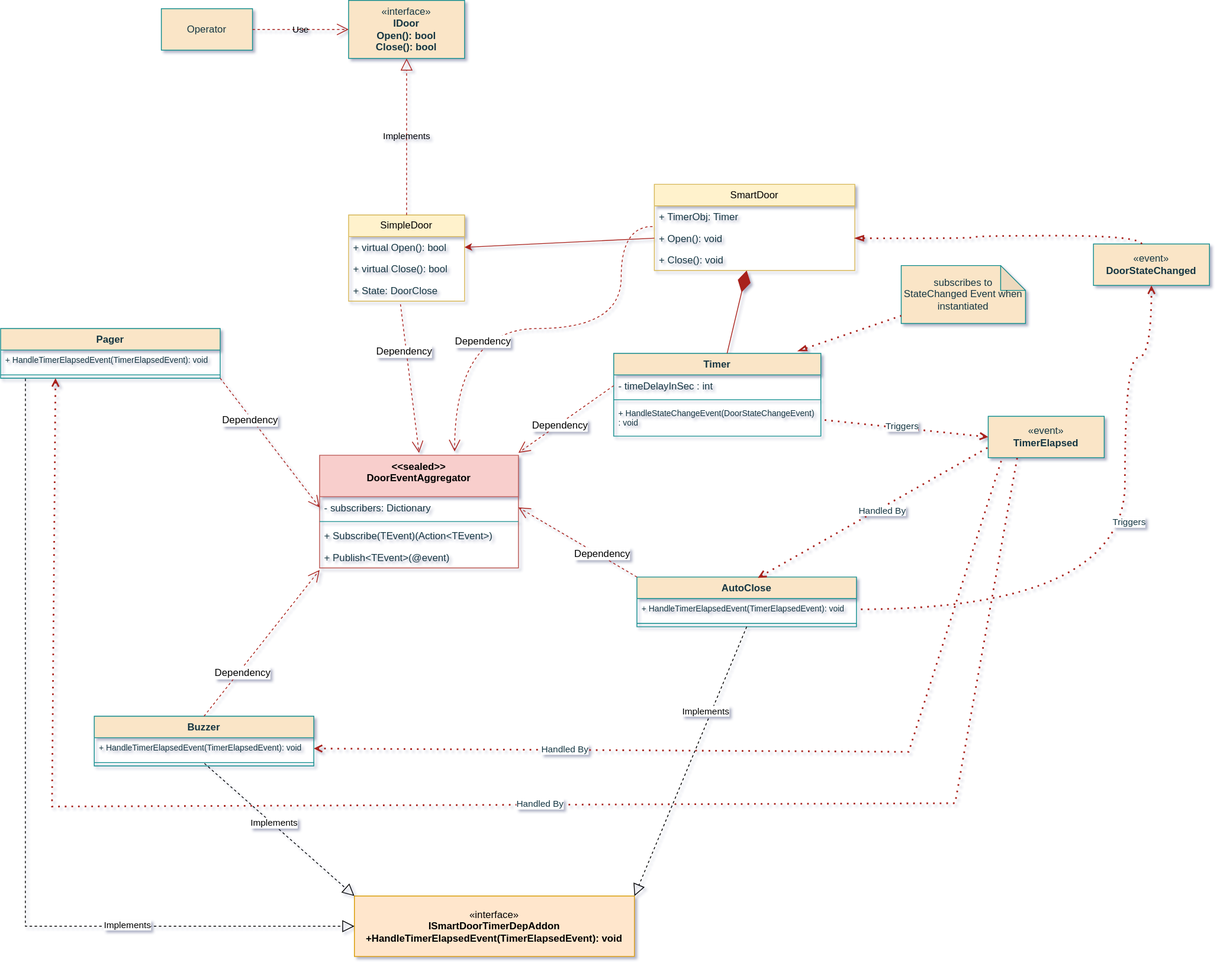
Earlier version of the draw.io export DoorModelEventAggregator.drawio.svg (sameert89/DoorEventAggregatorPattern). Source tidied: cells renumbered, new cells last; positions are measured from the earlier drawing's top-left corner, leaving out a move shared by most shapes.
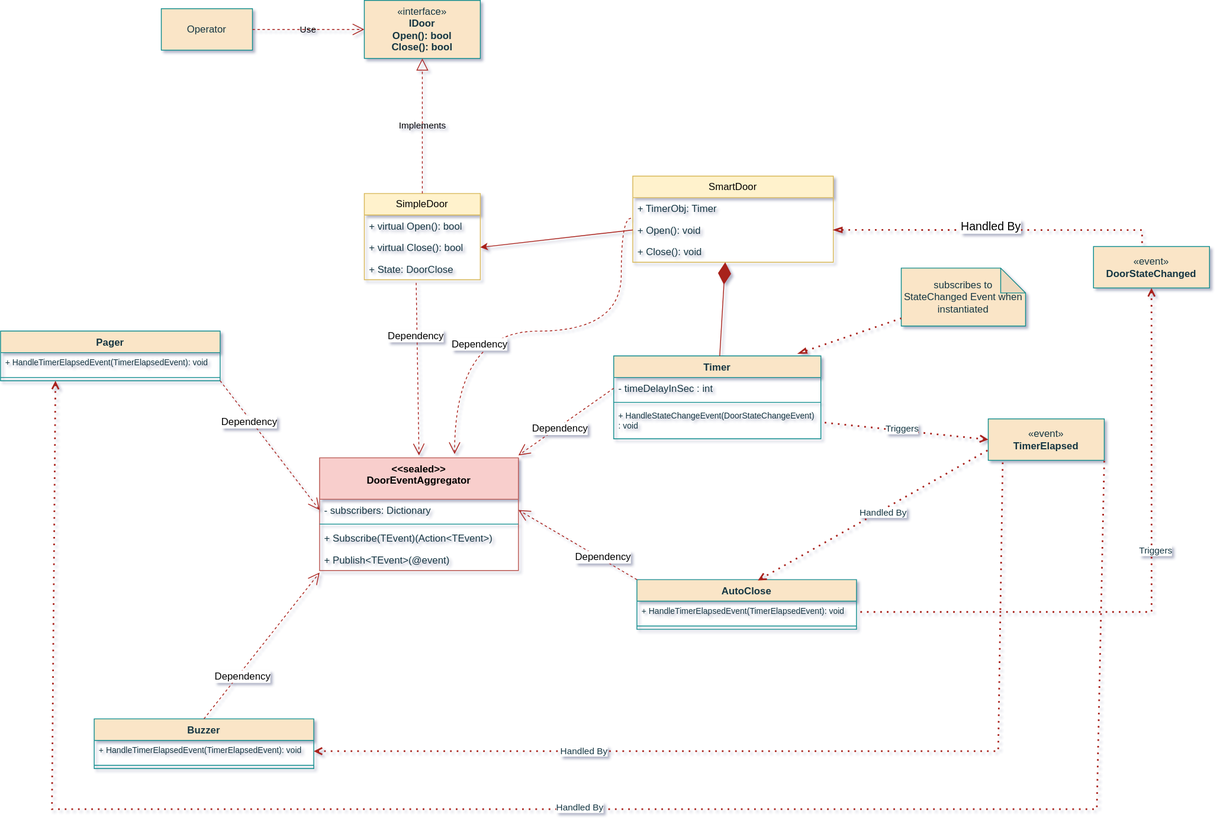
Later version of the same file.

The edit, as a diff of the source:
```diff
@@ -9,7 +9,7 @@
       <mxGeometry x="1192" y="502" width="140" height="50" as="geometry" />
     </mxCell>
     <mxCell id="4" value="SimpleDoor" style="swimlane;fontStyle=0;horizontal=1;startSize=26;fillColor=#fff2cc;whiteSpace=wrap;html=1;labelBackgroundColor=none;strokeColor=#d6b656;" parent="1" vertex="1">
-      <mxGeometry x="420" y="259" width="140" height="104" as="geometry" />
+      <mxGeometry x="439" y="230" width="140" height="104" as="geometry" />
     </mxCell>
     <mxCell id="5" value="+ virtual Open(): bool" style="text;strokeColor=none;fillColor=none;align=left;verticalAlign=top;spacingLeft=4;spacingRight=4;overflow=hidden;points=[[0,0.5],[1,0.5]];portConstraint=eastwest;whiteSpace=wrap;html=1;labelBackgroundColor=none;fontColor=#143642;" parent="4" vertex="1">
       <mxGeometry y="26" width="140" height="26" as="geometry" />
@@ -21,7 +21,7 @@
       <mxGeometry y="78" width="140" height="26" as="geometry" />
     </mxCell>
     <mxCell id="8" value="SmartDoor" style="swimlane;fontStyle=0;horizontal=1;startSize=26;fillColor=#fff2cc;whiteSpace=wrap;html=1;labelBackgroundColor=none;strokeColor=#d6b656;" parent="1" vertex="1">
-      <mxGeometry x="789" y="222" width="242" height="104" as="geometry" />
+      <mxGeometry x="763" y="209" width="242" height="104" as="geometry" />
     </mxCell>
     <mxCell id="9" value="+ TimerObj: Timer" style="text;strokeColor=none;fillColor=none;align=left;verticalAlign=top;spacingLeft=4;spacingRight=4;overflow=hidden;points=[[0,0.5],[1,0.5]];portConstraint=eastwest;whiteSpace=wrap;html=1;labelBackgroundColor=none;fontColor=#143642;" parent="8" vertex="1">
       <mxGeometry y="26" width="242" height="26" as="geometry" />
@@ -97,18 +97,18 @@
       <mxGeometry relative="1" as="geometry" />
     </mxCell>
     <mxCell id="30" value="«interface»&lt;br&gt;&lt;b&gt;IDoor&lt;br&gt;Open(): bool&lt;br&gt;Close(): bool&lt;br&gt;&lt;/b&gt;" style="html=1;whiteSpace=wrap;labelBackgroundColor=none;fillColor=#FAE5C7;strokeColor=#0F8B8D;fontColor=#143642;" parent="1" vertex="1">
-      <mxGeometry x="420" width="140" height="70" as="geometry" />
+      <mxGeometry x="439" y="-3" width="140" height="70" as="geometry" />
     </mxCell>
     <mxCell id="31" value="Implements" style="endArrow=block;dashed=1;endFill=0;endSize=12;html=1;rounded=0;entryX=0.5;entryY=1;entryDx=0;entryDy=0;exitX=0.5;exitY=0;exitDx=0;exitDy=0;labelBackgroundColor=none;strokeColor=#A8201A;fontColor=default;" parent="1" edge="1" source="4" target="30">
       <mxGeometry relative="1" as="geometry" />
     </mxCell>
     <mxCell id="32" value="Operator" style="html=1;whiteSpace=wrap;labelBackgroundColor=none;fillColor=#FAE5C7;strokeColor=#0F8B8D;fontColor=#143642;" parent="1" vertex="1">
-      <mxGeometry x="194" y="10" width="110" height="50" as="geometry" />
+      <mxGeometry x="194" y="7" width="110" height="50" as="geometry" />
     </mxCell>
     <mxCell id="33" value="Use" style="endArrow=open;endSize=12;dashed=1;html=1;rounded=0;entryX=0;entryY=0.5;entryDx=0;entryDy=0;exitX=1;exitY=0.5;exitDx=0;exitDy=0;labelBackgroundColor=none;strokeColor=#A8201A;fontColor=default;" parent="1" edge="1" source="32" target="30">
       <mxGeometry relative="1" as="geometry" />
     </mxCell>
-    <mxCell id="34" style="rounded=0;jettySize=auto;html=1;entryX=1;entryY=0.5;entryDx=0;entryDy=0;labelBackgroundColor=none;strokeColor=#A8201A;fontColor=default;exitX=0;exitY=0.5;exitDx=0;exitDy=0;" parent="1" edge="1" source="10" target="5">
+    <mxCell id="34" style="rounded=0;jettySize=auto;html=1;entryX=1;entryY=0.5;entryDx=0;entryDy=0;labelBackgroundColor=none;strokeColor=#A8201A;fontColor=default;exitX=0;exitY=0.5;exitDx=0;exitDy=0;" parent="1" edge="1" source="10" target="6">
       <mxGeometry relative="1" as="geometry" />
     </mxCell>
     <mxCell id="35" style="endArrow=none;dashed=1;html=1;dashPattern=1 3;strokeWidth=2;rounded=0;entryX=1;entryY=0.5;entryDx=0;entryDy=0;startArrow=open;startFill=0;exitX=0;exitY=0.5;exitDx=0;exitDy=0;labelBackgroundColor=none;strokeColor=#A8201A;fontColor=default;" parent="1" edge="1" source="3" target="15">
@@ -144,14 +144,8 @@
     <mxCell id="45" style="line;strokeWidth=1;fillColor=none;align=left;verticalAlign=middle;spacingTop=-1;spacingLeft=3;spacingRight=3;labelPosition=right;strokeColor=#0F8B8D;labelBackgroundColor=none;fontColor=#143642;" parent="43" vertex="1">
       <mxGeometry y="52" width="265" height="8" as="geometry" />
     </mxCell>
-    <mxCell id="46" style="endArrow=none;dashed=1;html=1;dashPattern=1 3;strokeWidth=2;rounded=0;entryX=1;entryY=0.5;entryDx=0;entryDy=0;startArrow=open;startFill=0;exitX=0.5;exitY=1;exitDx=0;exitDy=0;edgeStyle=orthogonalEdgeStyle;curved=1;labelBackgroundColor=none;strokeColor=#A8201A;fontColor=default;" parent="1" edge="1" source="2" target="44">
-      <mxGeometry relative="1" as="geometry">
-        <Array as="points">
-          <mxPoint x="1389" y="431" />
-          <mxPoint x="1357" y="431" />
-          <mxPoint x="1357" y="735" />
-        </Array>
-      </mxGeometry>
+    <mxCell id="46" style="endArrow=none;dashed=1;html=1;dashPattern=1 3;strokeWidth=2;rounded=0;entryX=1;entryY=0.5;entryDx=0;entryDy=0;startArrow=open;startFill=0;exitX=0.5;exitY=1;exitDx=0;exitDy=0;edgeStyle=orthogonalEdgeStyle;labelBackgroundColor=none;strokeColor=#A8201A;fontColor=default;" parent="1" edge="1" source="2" target="44">
+      <mxGeometry relative="1" as="geometry" />
     </mxCell>
     <mxCell id="47" value="Triggers" style="edgeLabel;html=1;align=center;verticalAlign=middle;labelBackgroundColor=default;fontColor=#143642;" parent="46" vertex="1">
       <mxGeometry x="-0.2" y="-24" relative="1" as="geometry">
@@ -161,7 +155,7 @@
     <mxCell id="48" style="endArrow=none;dashed=1;html=1;dashPattern=1 3;strokeWidth=2;rounded=0;entryX=0.125;entryY=0.964;entryDx=0;entryDy=0;startArrow=open;startFill=0;exitX=1;exitY=0.5;exitDx=0;exitDy=0;labelBackgroundColor=none;strokeColor=#A8201A;fontColor=default;entryPerimeter=0;" parent="1" edge="1" source="38" target="3">
       <mxGeometry relative="1" as="geometry">
         <Array as="points">
-          <mxPoint x="1096" y="907" />
+          <mxPoint x="1204" y="903" />
         </Array>
       </mxGeometry>
     </mxCell>
@@ -174,11 +168,11 @@
     <mxCell id="51" value="Handled By" style="edgeLabel;html=1;align=center;verticalAlign=middle;labelBackgroundColor=default;fontColor=#143642;" parent="50" vertex="1">
       <mxGeometry x="0.07" y="-2" relative="1" as="geometry" />
     </mxCell>
-    <mxCell id="52" style="endArrow=none;dashed=1;html=1;dashPattern=1 3;strokeWidth=2;rounded=0;startArrow=open;startFill=0;exitX=0.25;exitY=1;exitDx=0;exitDy=0;entryX=0.25;entryY=1;entryDx=0;entryDy=0;labelBackgroundColor=none;strokeColor=#A8201A;fontColor=default;" parent="1" edge="1" source="40" target="3">
+    <mxCell id="52" style="endArrow=none;dashed=1;html=1;dashPattern=1 3;strokeWidth=2;rounded=0;startArrow=open;startFill=0;exitX=0.25;exitY=1;exitDx=0;exitDy=0;entryX=1;entryY=1;entryDx=0;entryDy=0;labelBackgroundColor=none;strokeColor=#A8201A;fontColor=default;" parent="1" edge="1" source="40" target="3">
       <mxGeometry relative="1" as="geometry">
         <Array as="points">
           <mxPoint x="62" y="973" />
-          <mxPoint x="1152" y="969" />
+          <mxPoint x="1323" y="973" />
         </Array>
       </mxGeometry>
     </mxCell>
@@ -187,38 +181,12 @@
         <mxPoint x="544" y="-2" as="offset" />
       </mxGeometry>
     </mxCell>
-    <mxCell id="54" style="endArrow=none;dashed=1;html=1;dashPattern=1 3;strokeWidth=2;rounded=0;exitX=1;exitY=0.5;exitDx=0;exitDy=0;startArrow=blockThin;startFill=0;labelBackgroundColor=none;strokeColor=#A8201A;fontColor=default;entryX=0.419;entryY=0.021;entryDx=0;entryDy=0;entryPerimeter=0;edgeStyle=orthogonalEdgeStyle;curved=1;" parent="1" edge="1" target="2">
-      <mxGeometry relative="1" as="geometry">
-        <mxPoint x="1031" y="287" as="sourcePoint" />
-      </mxGeometry>
+    <mxCell id="54" style="endArrow=none;dashed=1;html=1;dashPattern=1 3;strokeWidth=2;rounded=0;exitX=1;exitY=0.5;exitDx=0;exitDy=0;startArrow=blockThin;startFill=0;labelBackgroundColor=none;strokeColor=#A8201A;fontColor=default;entryX=0.419;entryY=0.021;entryDx=0;entryDy=0;entryPerimeter=0;edgeStyle=orthogonalEdgeStyle;" parent="1" edge="1" source="10" target="2">
+      <mxGeometry relative="1" as="geometry" />
     </mxCell>
-    <mxCell id="55" value="«interface»&lt;br&gt;&lt;b&gt;ISmartDoorTimerDepAddon&lt;br&gt;+HandleTimerElapsedEvent(TimerElapsedEvent): void&lt;br&gt;&lt;/b&gt;" style="html=1;whiteSpace=wrap;fillColor=#ffe6cc;strokeColor=#d79b00;" parent="1" vertex="1">
-      <mxGeometry x="427" y="1081" width="338" height="73" as="geometry" />
-    </mxCell>
-    <mxCell id="56" style="endArrow=block;dashed=1;endFill=0;endSize=12;html=1;rounded=0;exitX=0.113;exitY=1.075;exitDx=0;exitDy=0;exitPerimeter=0;entryX=0;entryY=0.5;entryDx=0;entryDy=0;edgeStyle=orthogonalEdgeStyle;" parent="1" edge="1" source="42" target="55">
-      <mxGeometry relative="1" as="geometry" />
-    </mxCell>
-    <mxCell id="57" value="Implements" style="edgeLabel;html=1;align=center;verticalAlign=middle;" parent="56" vertex="1">
-      <mxGeometry x="0.48" y="2" relative="1" as="geometry">
-        <mxPoint x="1" as="offset" />
-      </mxGeometry>
-    </mxCell>
-    <mxCell id="58" style="endArrow=block;dashed=1;endFill=0;endSize=12;html=1;rounded=0;exitX=0.502;exitY=0.625;exitDx=0;exitDy=0;exitPerimeter=0;entryX=0;entryY=0;entryDx=0;entryDy=0;" parent="1" edge="1" source="39" target="55">
-      <mxGeometry relative="1" as="geometry" />
-    </mxCell>
-    <mxCell id="59" value="Implements" style="edgeLabel;html=1;align=center;verticalAlign=middle;" parent="58" vertex="1">
-      <mxGeometry x="-0.09" y="1" relative="1" as="geometry">
-        <mxPoint y="-1" as="offset" />
-      </mxGeometry>
-    </mxCell>
-    <mxCell id="60" style="endArrow=block;dashed=1;endFill=0;endSize=12;html=1;rounded=0;exitX=0.5;exitY=1;exitDx=0;exitDy=0;entryX=1;entryY=0;entryDx=0;entryDy=0;" parent="1" edge="1" source="43" target="55">
-      <mxGeometry relative="1" as="geometry" />
-    </mxCell>
-    <mxCell id="61" value="Implements" style="edgeLabel;html=1;align=center;verticalAlign=middle;" parent="60" vertex="1">
-      <mxGeometry x="-0.09" y="1" relative="1" as="geometry">
-        <mxPoint x="11" y="-47" as="offset" />
-      </mxGeometry>
-    </mxCell>
+    <mxCell id="68" value="Handled By" style="edgeLabel;html=1;align=center;verticalAlign=middle;fontSize=14;" parent="54" vertex="1">
+      <mxGeometry x="-0.04" y="5" relative="1" as="geometry" />
+    </mxCell>
     <mxCell id="62" style="endArrow=open;endSize=12;dashed=1;html=1;rounded=0;exitX=1;exitY=1;exitDx=0;exitDy=0;entryX=0;entryY=0.5;entryDx=0;entryDy=0;labelBackgroundColor=default;strokeColor=#A8201A;fontColor=default;" parent="1" edge="1" source="40" target="24">
       <mxGeometry relative="1" as="geometry" />
     </mxCell>
```
